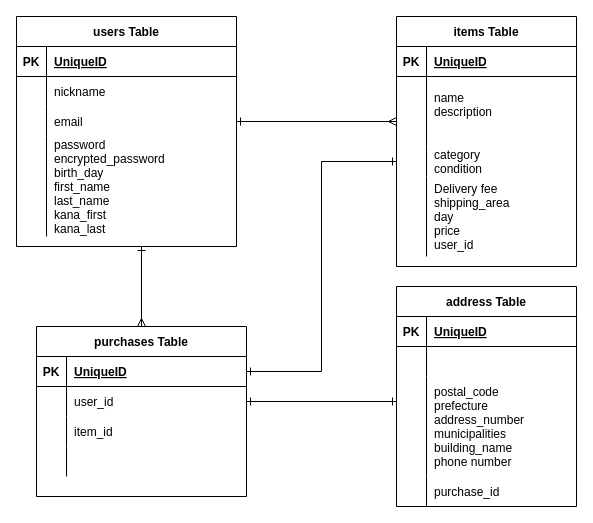
Above: test.dio in tyanyu0614/furima-31671 (draw.io), before the change. Source tidied: cells renumbered, new cells numbered last; positions are measured from the earlier drawing's top-left corner, leaving out a move shared by most shapes. Both pictures are drawn from the tidied source at 100%, with x=0, y=0 at pixel (16, 16).
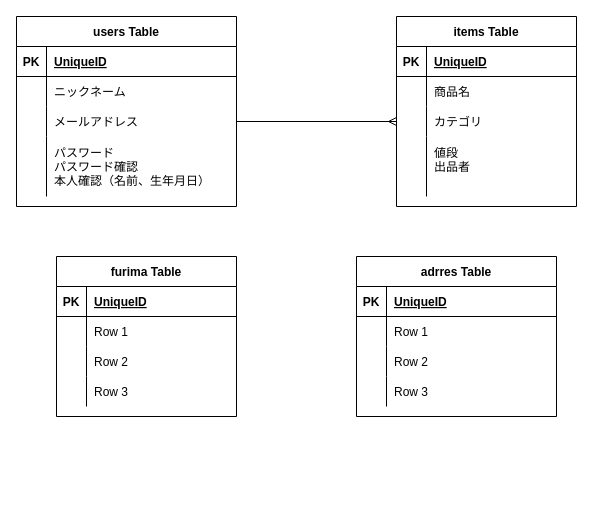
The same page after the edit.

The change refers to these unchanged cells:
```xml
<mxCell id="36" style="shape=partialRectangle;fillColor=none;top=0;left=0;bottom=0;right=0;" parent="32" vertex="1">
  <mxGeometry y="60" width="220" height="30" as="geometry" />
</mxCell>
<mxCell id="39" style="shape=partialRectangle;fillColor=none;top=0;left=0;bottom=0;right=0;points=[[0,0.5],[1,0.5]];portConstraint=eastwest;" parent="32" vertex="1">
  <mxGeometry y="90" width="220" height="30" as="geometry" />
</mxCell>
```

Diff of the diagram source:
```diff
@@
-    <mxCell id="2" style="edgeStyle=orthogonalEdgeStyle;rounded=0;jettySize=auto;html=1;exitX=1;exitY=0.5;exitDx=0;exitDy=0;entryX=0;entryY=0.643;entryDx=0;entryDy=0;endArrow=ERmany;endFill=0;startArrow=ERone;startFill=0;entryPerimeter=0;" parent="1" edge="1" source="39" target="49">
-      <mxGeometry relative="1" as="geometry" />
-    </mxCell>
-    <mxCell id="3" value="address Table" style="shape=table;startSize=30;childLayout=tableLayout;rowLines=0;fontStyle=1;align=center;" parent="1" vertex="1">
-      <mxGeometry x="380" y="270" width="180" height="220" as="geometry" />
-    </mxCell>
-    <mxCell id="4" style="shape=partialRectangle;fillColor=none;top=0;left=0;bottom=1;right=0;" parent="3" vertex="1">
-      <mxGeometry y="30" width="180" height="30" as="geometry" />
-    </mxCell>
-    <mxCell id="5" value="PK" style="shape=partialRectangle;fillColor=none;top=0;left=0;bottom=0;right=0;fontStyle=1;overflow=hidden;" parent="4" vertex="1">
-      <mxGeometry width="30" height="30" as="geometry" />
-    </mxCell>
-    <mxCell id="6" value="UniqueID" style="shape=partialRectangle;fillColor=none;top=0;left=0;bottom=0;right=0;align=left;spacingLeft=6;fontStyle=5;overflow=hidden;" parent="4" vertex="1">
-      <mxGeometry x="30" width="150" height="30" as="geometry" />
-    </mxCell>
-    <mxCell id="7" style="shape=partialRectangle;fillColor=none;top=0;left=0;bottom=0;right=0;" parent="3" vertex="1">
-      <mxGeometry y="60" width="180" height="30" as="geometry" />
-    </mxCell>
-    <mxCell id="8" style="shape=partialRectangle;fillColor=none;top=0;left=0;bottom=0;right=0;overflow=hidden;" parent="7" vertex="1">
-      <mxGeometry width="30" height="30" as="geometry" />
-    </mxCell>
-    <mxCell id="9" style="shape=partialRectangle;fillColor=none;top=0;left=0;bottom=0;right=0;align=left;spacingLeft=6;overflow=hidden;" parent="7" vertex="1">
-      <mxGeometry x="30" width="150" height="30" as="geometry" />
-    </mxCell>
-    <mxCell id="10" style="shape=partialRectangle;fillColor=none;top=0;left=0;bottom=0;right=0;" parent="3" vertex="1">
-      <mxGeometry y="90" width="180" height="100" as="geometry" />
-    </mxCell>
-    <mxCell id="11" style="shape=partialRectangle;fillColor=none;top=0;left=0;bottom=0;right=0;overflow=hidden;" parent="10" vertex="1">
-      <mxGeometry width="30" height="100" as="geometry" />
-    </mxCell>
-    <mxCell id="12" value="postal_code&#10;prefecture&#10;address_number&#10;municipalities&#10;building_name&#10;phone number" style="shape=partialRectangle;fillColor=none;top=0;left=0;bottom=0;right=0;align=left;spacingLeft=6;overflow=hidden;" parent="10" vertex="1">
-      <mxGeometry x="30" width="150" height="100" as="geometry" />
-    </mxCell>
-    <mxCell id="13" style="shape=partialRectangle;fillColor=none;top=0;left=0;bottom=0;right=0;" parent="3" vertex="1">
-      <mxGeometry y="190" width="180" height="30" as="geometry" />
-    </mxCell>
-    <mxCell id="14" style="shape=partialRectangle;fillColor=none;top=0;left=0;bottom=0;right=0;overflow=hidden;" parent="13" vertex="1">
-      <mxGeometry width="30" height="30" as="geometry" />
-    </mxCell>
-    <mxCell id="15" value="purchase_id" style="shape=partialRectangle;fillColor=none;top=0;left=0;bottom=0;right=0;align=left;spacingLeft=6;overflow=hidden;" parent="13" vertex="1">
-      <mxGeometry x="30" width="150" height="30" as="geometry" />
-    </mxCell>
-    <mxCell id="16" style="edgeStyle=orthogonalEdgeStyle;rounded=0;jettySize=auto;html=1;startArrow=ERmany;startFill=0;endArrow=ERone;endFill=0;" parent="1" edge="1" source="19">
-      <mxGeometry relative="1" as="geometry">
-        <mxPoint x="125" y="230" as="targetPoint" />
-      </mxGeometry>
-    </mxCell>
-    <mxCell id="17" style="edgeStyle=orthogonalEdgeStyle;rounded=0;jettySize=auto;html=1;startArrow=ERone;startFill=0;endArrow=ERone;endFill=0;" parent="1" edge="1" source="23">
-      <mxGeometry relative="1" as="geometry">
-        <mxPoint x="380" y="385" as="targetPoint" />
-        <Array as="points">
-          <mxPoint x="377" y="385" />
-        </Array>
-      </mxGeometry>
-    </mxCell>
-    <mxCell id="18" style="edgeStyle=orthogonalEdgeStyle;rounded=0;jettySize=auto;html=1;exitX=1;exitY=0.5;exitDx=0;exitDy=0;startArrow=ERone;startFill=0;endArrow=ERone;endFill=0;entryX=0;entryY=0.5;entryDx=0;entryDy=0;" parent="1" edge="1" source="20" target="52">
-      <mxGeometry relative="1" as="geometry" />
-    </mxCell>
-    <mxCell id="19" value="purchases Table" style="shape=table;startSize=30;childLayout=tableLayout;rowLines=0;fontStyle=1;align=center;" parent="1" vertex="1">
-      <mxGeometry x="20" y="310" width="210" height="170" as="geometry" />
-    </mxCell>
-    <mxCell id="20" style="shape=partialRectangle;fillColor=none;top=0;left=0;bottom=1;right=0;points=[[0,0.5],[1,0.5]];portConstraint=eastwest;" parent="19" vertex="1">
-      <mxGeometry y="30" width="210" height="30" as="geometry" />
-    </mxCell>
-    <mxCell id="21" value="PK" style="shape=partialRectangle;fillColor=none;top=0;left=0;bottom=0;right=0;fontStyle=1;overflow=hidden;" parent="20" vertex="1">
-      <mxGeometry width="30" height="30" as="geometry" />
-    </mxCell>
-    <mxCell id="22" value="UniqueID" style="shape=partialRectangle;fillColor=none;top=0;left=0;bottom=0;right=0;align=left;spacingLeft=6;fontStyle=5;overflow=hidden;" parent="20" vertex="1">
-      <mxGeometry x="30" width="180" height="30" as="geometry" />
-    </mxCell>
-    <mxCell id="23" style="shape=partialRectangle;fillColor=none;top=0;left=0;bottom=0;right=0;points=[[0,0.5],[1,0.5]];portConstraint=eastwest;" parent="19" vertex="1">
-      <mxGeometry y="60" width="210" height="30" as="geometry" />
-    </mxCell>
-    <mxCell id="24" style="shape=partialRectangle;fillColor=none;top=0;left=0;bottom=0;right=0;overflow=hidden;" parent="23" vertex="1">
-      <mxGeometry width="30" height="30" as="geometry" />
-    </mxCell>
-    <mxCell id="25" value="user_id" style="shape=partialRectangle;fillColor=none;top=0;left=0;bottom=0;right=0;align=left;spacingLeft=6;overflow=hidden;" parent="23" vertex="1">
-      <mxGeometry x="30" width="180" height="30" as="geometry" />
-    </mxCell>
-    <mxCell id="26" style="shape=partialRectangle;fillColor=none;top=0;left=0;bottom=0;right=0;" parent="19" vertex="1">
-      <mxGeometry y="90" width="210" height="30" as="geometry" />
-    </mxCell>
-    <mxCell id="27" style="shape=partialRectangle;fillColor=none;top=0;left=0;bottom=0;right=0;overflow=hidden;" parent="26" vertex="1">
-      <mxGeometry width="30" height="30" as="geometry" />
-    </mxCell>
-    <mxCell id="28" value="item_id" style="shape=partialRectangle;fillColor=none;top=0;left=0;bottom=0;right=0;align=left;spacingLeft=6;overflow=hidden;" parent="26" vertex="1">
-      <mxGeometry x="30" width="180" height="30" as="geometry" />
-    </mxCell>
-    <mxCell id="29" style="shape=partialRectangle;fillColor=none;top=0;left=0;bottom=0;right=0;" parent="19" vertex="1">
-      <mxGeometry y="120" width="210" height="30" as="geometry" />
-    </mxCell>
-    <mxCell id="30" style="shape=partialRectangle;fillColor=none;top=0;left=0;bottom=0;right=0;overflow=hidden;" parent="29" vertex="1">
-      <mxGeometry width="30" height="30" as="geometry" />
-    </mxCell>
-    <mxCell id="31" style="shape=partialRectangle;fillColor=none;top=0;left=0;bottom=0;right=0;align=left;spacingLeft=6;overflow=hidden;" parent="29" vertex="1">
-      <mxGeometry x="30" width="180" height="30" as="geometry" />
-    </mxCell>
     <mxCell id="32" value="users Table" style="shape=table;startSize=30;childLayout=tableLayout;rowLines=0;fontStyle=1;align=center;" parent="1" vertex="1">
-      <mxGeometry width="220" height="230" as="geometry" />
+      <mxGeometry width="220" height="190" as="geometry" />
     </mxCell>
@@
-    <mxCell id="38" value="nickname" style="shape=partialRectangle;fillColor=none;top=0;left=0;bottom=0;right=0;align=left;spacingLeft=6;overflow=hidden;" parent="36" vertex="1">
+    <mxCell id="38" value="ニックネーム" style="shape=partialRectangle;fillColor=none;top=0;left=0;bottom=0;right=0;align=left;spacingLeft=6;overflow=hidden;" parent="36" vertex="1">
       <mxGeometry x="30" width="190" height="30" as="geometry" />
     </mxCell>
@@
-    <mxCell id="41" value="email" style="shape=partialRectangle;fillColor=none;top=0;left=0;bottom=0;right=0;align=left;spacingLeft=6;overflow=hidden;" parent="39" vertex="1">
+    <mxCell id="41" value="メールアドレス" style="shape=partialRectangle;fillColor=none;top=0;left=0;bottom=0;right=0;align=left;spacingLeft=6;overflow=hidden;" parent="39" vertex="1">
       <mxGeometry x="30" width="190" height="30" as="geometry" />
     </mxCell>
     <mxCell id="42" style="shape=partialRectangle;fillColor=none;top=0;left=0;bottom=0;right=0;" parent="32" vertex="1">
-      <mxGeometry y="120" width="220" height="100" as="geometry" />
+      <mxGeometry y="120" width="220" height="60" as="geometry" />
     </mxCell>
     <mxCell id="43" style="shape=partialRectangle;fillColor=none;top=0;left=0;bottom=0;right=0;overflow=hidden;" parent="42" vertex="1">
-      <mxGeometry width="30" height="100" as="geometry" />
+      <mxGeometry width="30" height="60" as="geometry" />
     </mxCell>
-    <mxCell id="44" value="password&#10;encrypted_password&#10;birth_day&#10;first_name&#10;last_name&#10;kana_first&#10;kana_last&#10;" style="shape=partialRectangle;fillColor=none;top=0;left=0;bottom=0;right=0;align=left;spacingLeft=6;overflow=hidden;" parent="42" vertex="1">
-      <mxGeometry x="30" width="190" height="100" as="geometry" />
+    <mxCell id="44" value="パスワード&#10;パスワード確認&#10;本人確認（名前、生年月日）" style="shape=partialRectangle;fillColor=none;top=0;left=0;bottom=0;right=0;align=left;spacingLeft=6;overflow=hidden;" parent="42" vertex="1">
+      <mxGeometry x="30" width="190" height="60" as="geometry" />
     </mxCell>
     <mxCell id="45" value="items Table" style="shape=table;startSize=30;childLayout=tableLayout;rowLines=0;fontStyle=1;align=center;" parent="1" vertex="1">
-      <mxGeometry x="380" width="180" height="250" as="geometry" />
+      <mxGeometry x="380" width="180" height="190" as="geometry" />
     </mxCell>
@@
     <mxCell id="49" style="shape=partialRectangle;fillColor=none;top=0;left=0;bottom=0;right=0;points=[[0,0.5],[1,0.5]];portConstraint=eastwest;" parent="45" vertex="1">
-      <mxGeometry y="60" width="180" height="70" as="geometry" />
+      <mxGeometry y="60" width="180" height="30" as="geometry" />
     </mxCell>
     <mxCell id="50" style="shape=partialRectangle;fillColor=none;top=0;left=0;bottom=0;right=0;overflow=hidden;" parent="49" vertex="1">
-      <mxGeometry width="30" height="70" as="geometry" />
+      <mxGeometry width="30" height="30" as="geometry" />
     </mxCell>
-    <mxCell id="51" value="name&#10;description&#10;" style="shape=partialRectangle;fillColor=none;top=0;left=0;bottom=0;right=0;align=left;spacingLeft=6;overflow=hidden;" parent="49" vertex="1">
-      <mxGeometry x="30" width="150" height="70" as="geometry" />
+    <mxCell id="51" value="商品名" style="shape=partialRectangle;fillColor=none;top=0;left=0;bottom=0;right=0;align=left;spacingLeft=6;overflow=hidden;" parent="49" vertex="1">
+      <mxGeometry x="30" width="150" height="30" as="geometry" />
     </mxCell>
     <mxCell id="52" style="shape=partialRectangle;fillColor=none;top=0;left=0;bottom=0;right=0;points=[[0,0.5],[1,0.5]];portConstraint=eastwest;" parent="45" vertex="1">
-      <mxGeometry y="130" width="180" height="30" as="geometry" />
+      <mxGeometry y="90" width="180" height="30" as="geometry" />
     </mxCell>
@@
-    <mxCell id="54" value="category&#10;condition" style="shape=partialRectangle;fillColor=none;top=0;left=0;bottom=0;right=0;align=left;spacingLeft=6;overflow=hidden;" parent="52" vertex="1">
+    <mxCell id="54" value="カテゴリ" style="shape=partialRectangle;fillColor=none;top=0;left=0;bottom=0;right=0;align=left;spacingLeft=6;overflow=hidden;" parent="52" vertex="1">
       <mxGeometry x="30" width="150" height="30" as="geometry" />
     </mxCell>
     <mxCell id="55" style="shape=partialRectangle;fillColor=none;top=0;left=0;bottom=0;right=0;" parent="45" vertex="1">
-      <mxGeometry y="160" width="180" height="80" as="geometry" />
+      <mxGeometry y="120" width="180" height="60" as="geometry" />
     </mxCell>
     <mxCell id="56" style="shape=partialRectangle;fillColor=none;top=0;left=0;bottom=0;right=0;overflow=hidden;" parent="55" vertex="1">
-      <mxGeometry width="30" height="80" as="geometry" />
+      <mxGeometry width="30" height="60" as="geometry" />
     </mxCell>
-    <mxCell id="57" value="Delivery fee&#10;shipping_area&#10;day&#10;price&#10;user_id" style="shape=partialRectangle;fillColor=none;top=0;left=0;bottom=0;right=0;align=left;spacingLeft=6;overflow=hidden;" parent="55" vertex="1">
-      <mxGeometry x="30" width="150" height="80" as="geometry" />
+    <mxCell id="57" value="値段&#10;出品者&#10;" style="shape=partialRectangle;fillColor=none;top=0;left=0;bottom=0;right=0;align=left;spacingLeft=6;overflow=hidden;" parent="55" vertex="1">
+      <mxGeometry x="30" width="150" height="60" as="geometry" />
     </mxCell>
+    <mxCell id="58" value="furima Table" style="shape=table;startSize=30;childLayout=tableLayout;rowLines=0;fontStyle=1;align=center;" parent="1" vertex="1">
+      <mxGeometry x="40" y="240" width="180" height="160" as="geometry" />
+    </mxCell>
+    <mxCell id="59" style="shape=partialRectangle;fillColor=none;top=0;left=0;bottom=1;right=0;" parent="58" vertex="1">
+      <mxGeometry y="30" width="180" height="30" as="geometry" />
+    </mxCell>
+    <mxCell id="21" value="PK" style="shape=partialRectangle;fillColor=none;top=0;left=0;bottom=0;right=0;fontStyle=1;overflow=hidden;" parent="59" vertex="1">
+      <mxGeometry width="30" height="30" as="geometry" />
+    </mxCell>
+    <mxCell id="22" value="UniqueID" style="shape=partialRectangle;fillColor=none;top=0;left=0;bottom=0;right=0;align=left;spacingLeft=6;fontStyle=5;overflow=hidden;" parent="59" vertex="1">
+      <mxGeometry x="30" width="150" height="30" as="geometry" />
+    </mxCell>
+    <mxCell id="60" style="shape=partialRectangle;fillColor=none;top=0;left=0;bottom=0;right=0;" parent="58" vertex="1">
+      <mxGeometry y="60" width="180" height="30" as="geometry" />
+    </mxCell>
+    <mxCell id="61" style="shape=partialRectangle;fillColor=none;top=0;left=0;bottom=0;right=0;overflow=hidden;" parent="60" vertex="1">
+      <mxGeometry width="30" height="30" as="geometry" />
+    </mxCell>
+    <mxCell id="62" value="Row 1" style="shape=partialRectangle;fillColor=none;top=0;left=0;bottom=0;right=0;align=left;spacingLeft=6;overflow=hidden;" parent="60" vertex="1">
+      <mxGeometry x="30" width="150" height="30" as="geometry" />
+    </mxCell>
+    <mxCell id="63" style="shape=partialRectangle;fillColor=none;top=0;left=0;bottom=0;right=0;" parent="58" vertex="1">
+      <mxGeometry y="90" width="180" height="30" as="geometry" />
+    </mxCell>
+    <mxCell id="64" style="shape=partialRectangle;fillColor=none;top=0;left=0;bottom=0;right=0;overflow=hidden;" parent="63" vertex="1">
+      <mxGeometry width="30" height="30" as="geometry" />
+    </mxCell>
+    <mxCell id="65" value="Row 2" style="shape=partialRectangle;fillColor=none;top=0;left=0;bottom=0;right=0;align=left;spacingLeft=6;overflow=hidden;" parent="63" vertex="1">
+      <mxGeometry x="30" width="150" height="30" as="geometry" />
+    </mxCell>
+    <mxCell id="66" style="shape=partialRectangle;fillColor=none;top=0;left=0;bottom=0;right=0;" parent="58" vertex="1">
+      <mxGeometry y="120" width="180" height="30" as="geometry" />
+    </mxCell>
+    <mxCell id="67" style="shape=partialRectangle;fillColor=none;top=0;left=0;bottom=0;right=0;overflow=hidden;" parent="66" vertex="1">
+      <mxGeometry width="30" height="30" as="geometry" />
+    </mxCell>
+    <mxCell id="68" value="Row 3" style="shape=partialRectangle;fillColor=none;top=0;left=0;bottom=0;right=0;align=left;spacingLeft=6;overflow=hidden;" parent="66" vertex="1">
+      <mxGeometry x="30" width="150" height="30" as="geometry" />
+    </mxCell>
+    <mxCell id="3" value="adrres Table" style="shape=table;startSize=30;childLayout=tableLayout;rowLines=0;fontStyle=1;align=center;" parent="1" vertex="1">
+      <mxGeometry x="340" y="240" width="200" height="160" as="geometry" />
+    </mxCell>
+    <mxCell id="4" style="shape=partialRectangle;fillColor=none;top=0;left=0;bottom=1;right=0;" parent="3" vertex="1">
+      <mxGeometry y="30" width="200" height="30" as="geometry" />
+    </mxCell>
+    <mxCell id="5" value="PK" style="shape=partialRectangle;fillColor=none;top=0;left=0;bottom=0;right=0;fontStyle=1;overflow=hidden;" parent="4" vertex="1">
+      <mxGeometry width="30" height="30" as="geometry" />
+    </mxCell>
+    <mxCell id="6" value="UniqueID" style="shape=partialRectangle;fillColor=none;top=0;left=0;bottom=0;right=0;align=left;spacingLeft=6;fontStyle=5;overflow=hidden;" parent="4" vertex="1">
+      <mxGeometry x="30" width="170" height="30" as="geometry" />
+    </mxCell>
+    <mxCell id="7" style="shape=partialRectangle;fillColor=none;top=0;left=0;bottom=0;right=0;" parent="3" vertex="1">
+      <mxGeometry y="60" width="200" height="30" as="geometry" />
+    </mxCell>
+    <mxCell id="8" style="shape=partialRectangle;fillColor=none;top=0;left=0;bottom=0;right=0;overflow=hidden;" parent="7" vertex="1">
+      <mxGeometry width="30" height="30" as="geometry" />
+    </mxCell>
+    <mxCell id="9" value="Row 1" style="shape=partialRectangle;fillColor=none;top=0;left=0;bottom=0;right=0;align=left;spacingLeft=6;overflow=hidden;" parent="7" vertex="1">
+      <mxGeometry x="30" width="170" height="30" as="geometry" />
+    </mxCell>
+    <mxCell id="10" style="shape=partialRectangle;fillColor=none;top=0;left=0;bottom=0;right=0;" parent="3" vertex="1">
+      <mxGeometry y="90" width="200" height="30" as="geometry" />
+    </mxCell>
+    <mxCell id="11" style="shape=partialRectangle;fillColor=none;top=0;left=0;bottom=0;right=0;overflow=hidden;" parent="10" vertex="1">
+      <mxGeometry width="30" height="30" as="geometry" />
+    </mxCell>
+    <mxCell id="12" value="Row 2" style="shape=partialRectangle;fillColor=none;top=0;left=0;bottom=0;right=0;align=left;spacingLeft=6;overflow=hidden;" parent="10" vertex="1">
+      <mxGeometry x="30" width="170" height="30" as="geometry" />
+    </mxCell>
+    <mxCell id="13" style="shape=partialRectangle;fillColor=none;top=0;left=0;bottom=0;right=0;" parent="3" vertex="1">
+      <mxGeometry y="120" width="200" height="30" as="geometry" />
+    </mxCell>
+    <mxCell id="14" style="shape=partialRectangle;fillColor=none;top=0;left=0;bottom=0;right=0;overflow=hidden;" parent="13" vertex="1">
+      <mxGeometry width="30" height="30" as="geometry" />
+    </mxCell>
+    <mxCell id="15" value="Row 3" style="shape=partialRectangle;fillColor=none;top=0;left=0;bottom=0;right=0;align=left;spacingLeft=6;overflow=hidden;" parent="13" vertex="1">
+      <mxGeometry x="30" width="170" height="30" as="geometry" />
+    </mxCell>
+    <mxCell id="2" style="edgeStyle=orthogonalEdgeStyle;rounded=0;jettySize=auto;html=1;exitX=1;exitY=0.5;exitDx=0;exitDy=0;entryX=0;entryY=0.5;entryDx=0;entryDy=0;endArrow=ERmany;endFill=0;" parent="1" edge="1" source="39" target="52">
+      <mxGeometry relative="1" as="geometry" />
+    </mxCell>
```
